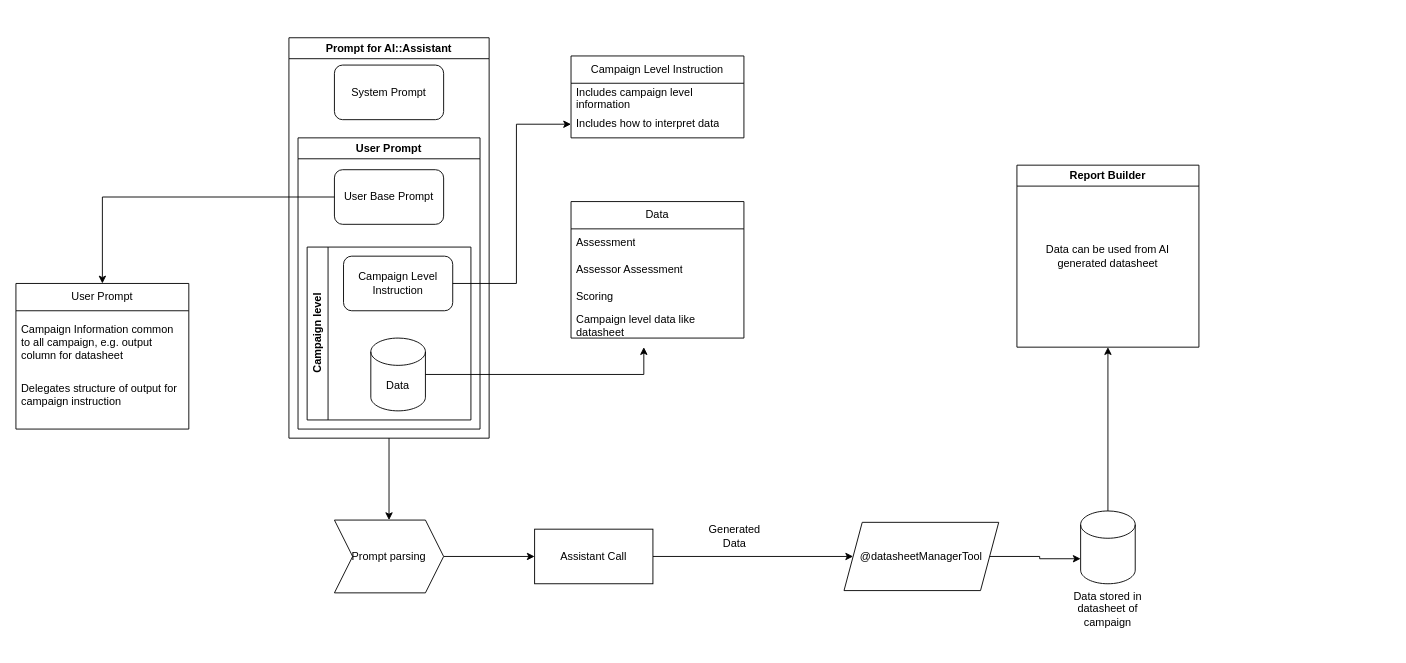
Above: Untitled Diagram.drawio in sritabh/scripts-repository (draw.io), before the change. Source tidied: cells renumbered, new cells numbered last; positions are measured from the earlier drawing's top-left corner, leaving out a move shared by most shapes. Both pictures are drawn from the tidied source at 91%, with x=0, y=0 at pixel (15, 37).
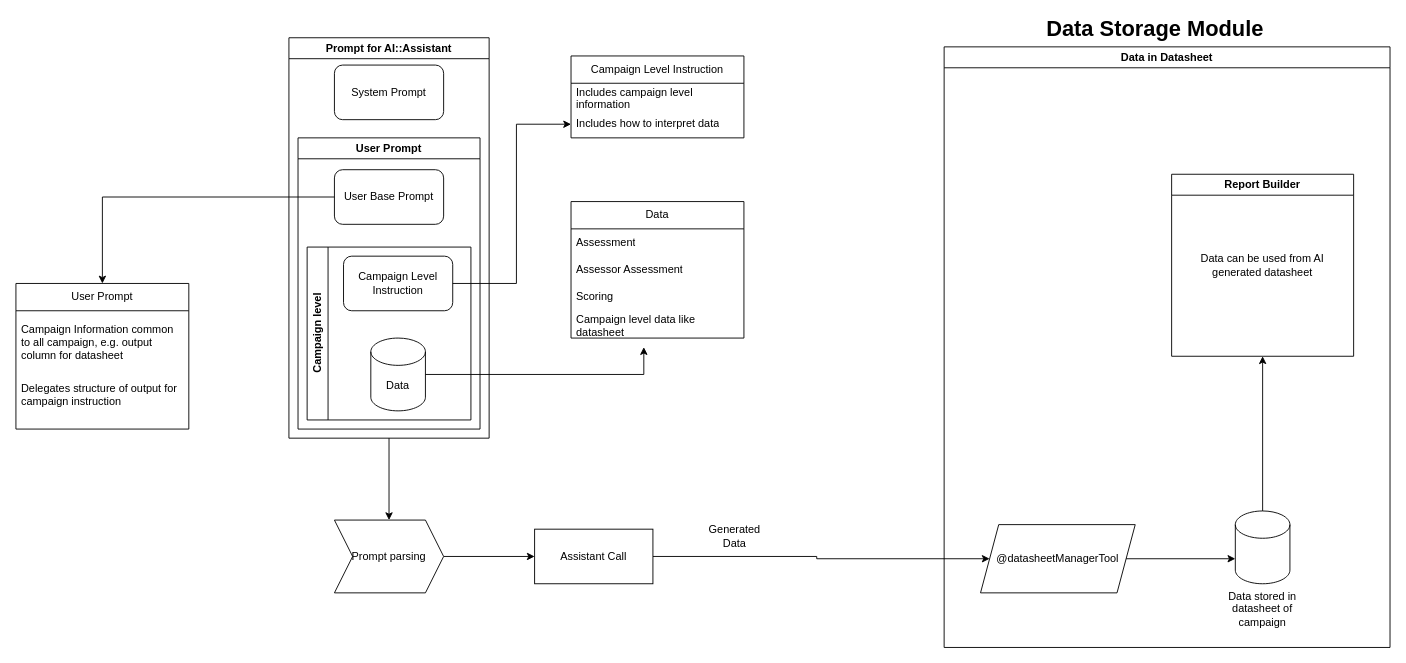
The same page after the edit.

Commit message:
MTE AI Summary writer.drawio

What changed in the source:
```diff
@@
     <mxCell id="14" value="@datasheetManagerTool" style="shape=parallelogram;perimeter=parallelogramPerimeter;whiteSpace=wrap;html=1;fixedSize=1;" parent="1" vertex="1">
-      <mxGeometry x="910" y="532.5" width="170" height="75" as="geometry" />
+      <mxGeometry x="1060" y="535" width="170" height="75" as="geometry" />
     </mxCell>
@@
     <mxCell id="16" style="shape=cylinder3;whiteSpace=wrap;html=1;boundedLbl=1;backgroundOutline=1;size=15;" parent="1" vertex="1">
-      <mxGeometry x="1170" y="520" width="60" height="80" as="geometry" />
+      <mxGeometry x="1340" y="520" width="60" height="80" as="geometry" />
     </mxCell>
@@
-    <mxCell id="18" value="Data stored in datasheet of campaign&lt;div&gt;&lt;br&gt;&lt;/div&gt;" style="text;html=1;align=center;verticalAlign=middle;whiteSpace=wrap;rounded=0;" parent="1" vertex="1">
-      <mxGeometry x="1145" y="610" width="110" height="50" as="geometry" />
-    </mxCell>
@@
     <mxCell id="30" value="Report Builder" style="swimlane;whiteSpace=wrap;html=1;" parent="1" vertex="1">
-      <mxGeometry x="1100" y="140" width="200" height="200" as="geometry" />
+      <mxGeometry x="1270" y="150" width="200" height="200" as="geometry" />
     </mxCell>
@@
+    <mxCell id="37" value="Data in Datasheet" style="swimlane;whiteSpace=wrap;html=1;" parent="1" vertex="1">
+      <mxGeometry x="1020" y="10" width="490" height="660" as="geometry" />
+    </mxCell>
+    <mxCell id="18" value="Data stored in datasheet of campaign&lt;div&gt;&lt;br&gt;&lt;/div&gt;" style="text;html=1;align=center;verticalAlign=middle;whiteSpace=wrap;rounded=0;" parent="37" vertex="1">
+      <mxGeometry x="295" y="600" width="110" height="50" as="geometry" />
+    </mxCell>
+    <mxCell id="38" value="&lt;b&gt;&lt;font style=&quot;font-size: 24px;&quot;&gt;Data Storage Module&lt;/font&gt;&lt;/b&gt;" style="text;html=1;align=center;verticalAlign=middle;whiteSpace=wrap;rounded=0;" parent="1" vertex="1">
+      <mxGeometry x="1102.5" y="-19" width="297.5" height="19" as="geometry" />
+    </mxCell>
```
